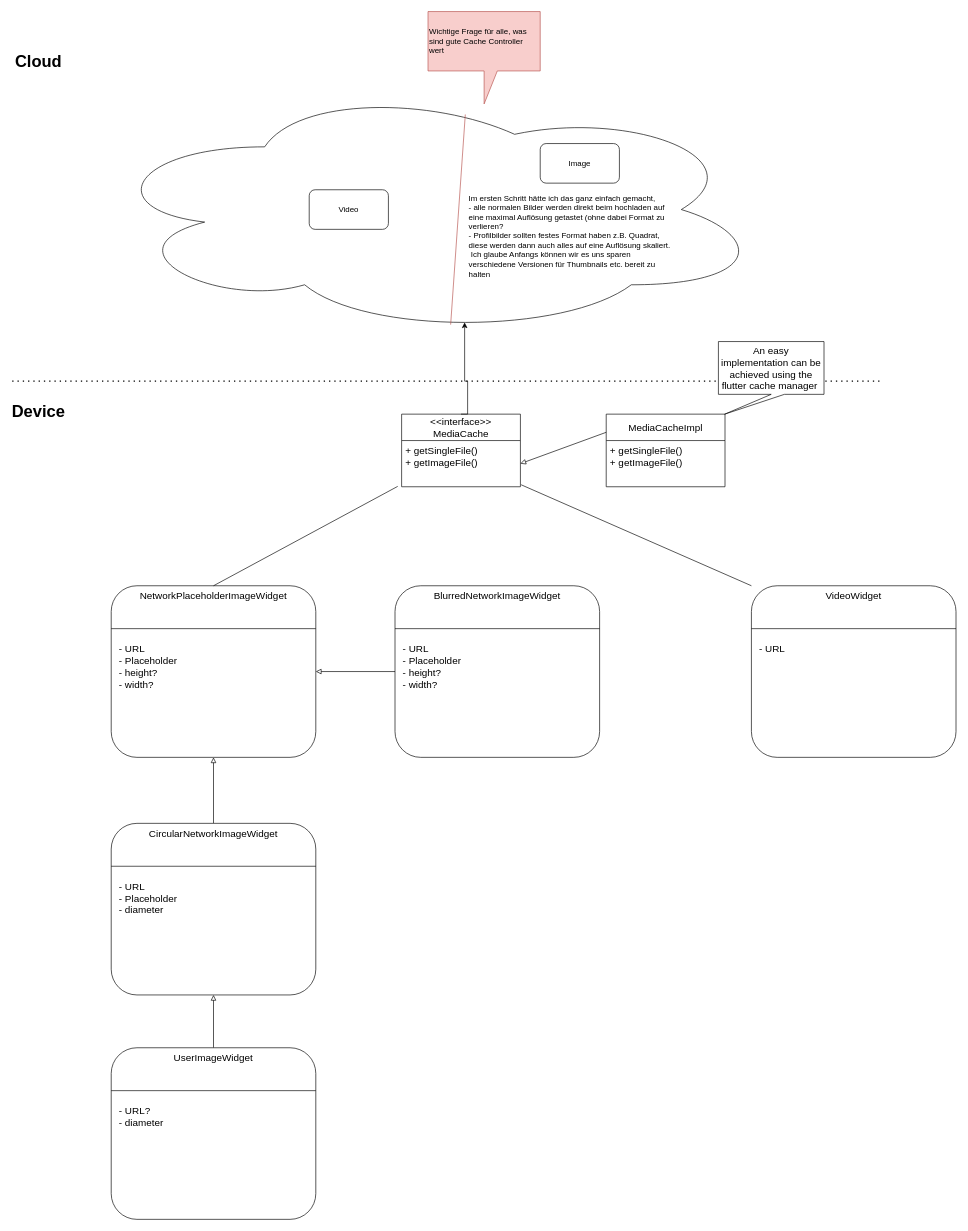
Before: page "Infrastructure for Accessing Media" (1 of 2) of docs/Untitled Diagram.drawio in tim200002/fingerfunke-app, a draw.io diagram. Source tidied: cells renumbered, new cells numbered last; positions are measured from the earlier drawing's top-left corner, leaving out a move shared by most shapes. Both pictures are drawn from the tidied source at 66%, with x=0, y=0 at pixel (12, 11).
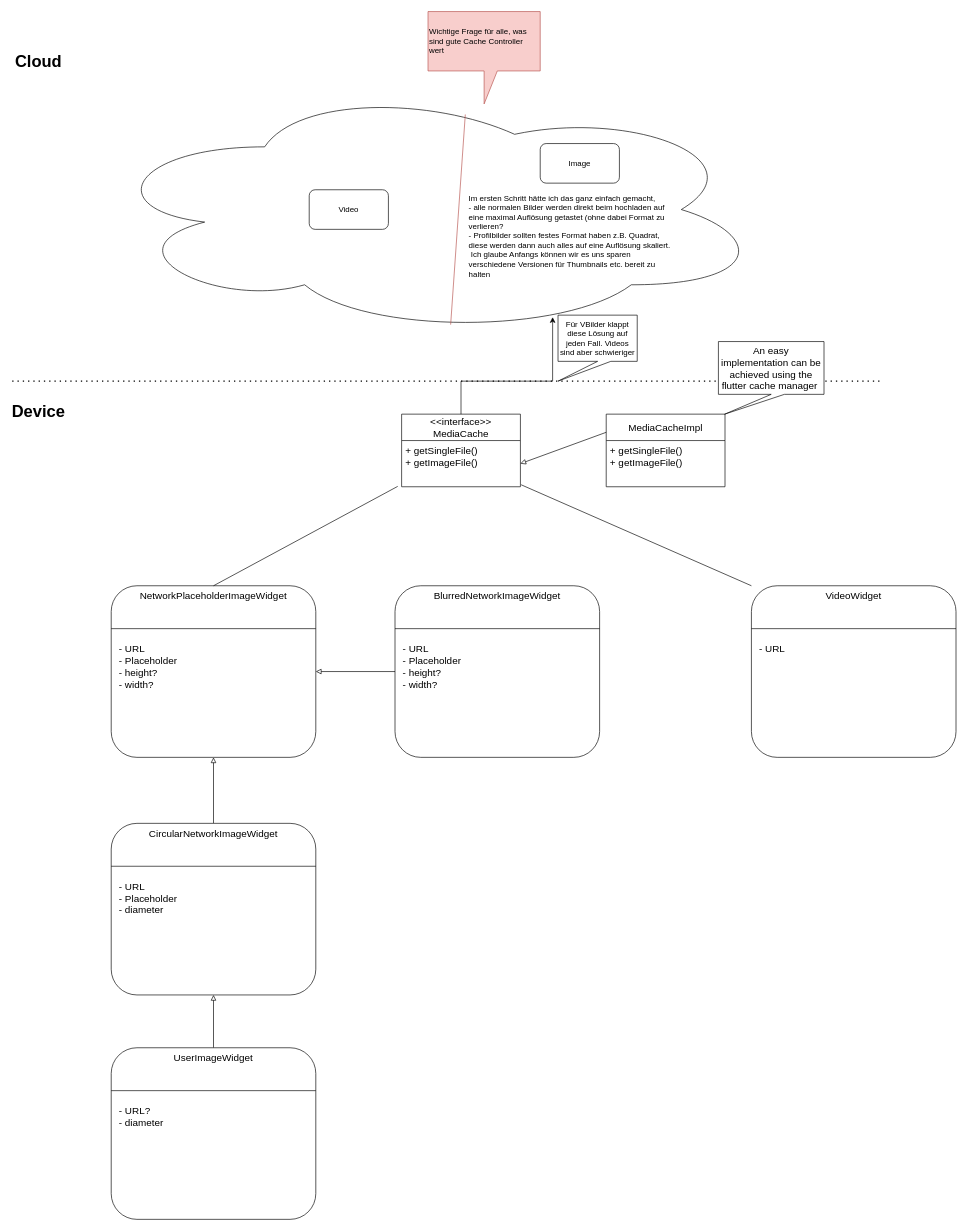
After the change.

Commit message:
Add sequence diagram for caching video.drawio

Unchanged cells that the change refers to:
```xml
<mxCell id="2" style="ellipse;shape=cloud;whiteSpace=wrap;html=1;" parent="1" vertex="1">
  <mxGeometry x="130" y="110" width="1010" height="380" as="geometry" />
</mxCell>
<mxCell id="11" value="&lt;&lt;interface&gt;&gt;&#10;MediaCache" style="swimlane;fontStyle=0;horizontal=1;startSize=40;fillColor=none;fontSize=15;align=center;" parent="1" vertex="1">
  <mxGeometry x="590" y="610" width="180" height="110" as="geometry" />
</mxCell>
```

Diff of the diagram source:
```diff
@@
-    <mxCell id="13" style="edgeStyle=orthogonalEdgeStyle;rounded=0;jettySize=auto;html=1;fontSize=15;exitX=0.5;exitY=0;exitDx=0;exitDy=0;entryX=0.55;entryY=0.95;entryDx=0;entryDy=0;entryPerimeter=0;" parent="1" edge="1" source="11" target="2">
+    <mxCell id="13" style="edgeStyle=orthogonalEdgeStyle;rounded=0;jettySize=auto;html=1;fontSize=15;exitX=0.5;exitY=0;exitDx=0;exitDy=0;entryX=0.682;entryY=0.929;entryDx=0;entryDy=0;entryPerimeter=0;" parent="1" edge="1" source="11" target="2">
       <mxGeometry relative="1" as="geometry">
         <Array as="points">
-          <mxPoint x="690" y="560" />
-          <mxPoint x="685" y="560" />
+          <mxPoint x="680" y="560" />
+          <mxPoint x="819" y="560" />
         </Array>
       </mxGeometry>
     </mxCell>
@@
+    <mxCell id="38" value="Für VBilder klappt diese Lösung auf jeden Fall. Videos sind aber schwieriger" style="shape=callout;whiteSpace=wrap;html=1;perimeter=calloutPerimeter;position2=0;" parent="1" vertex="1">
+      <mxGeometry x="827" y="460" width="120" height="100" as="geometry" />
+    </mxCell>
```
